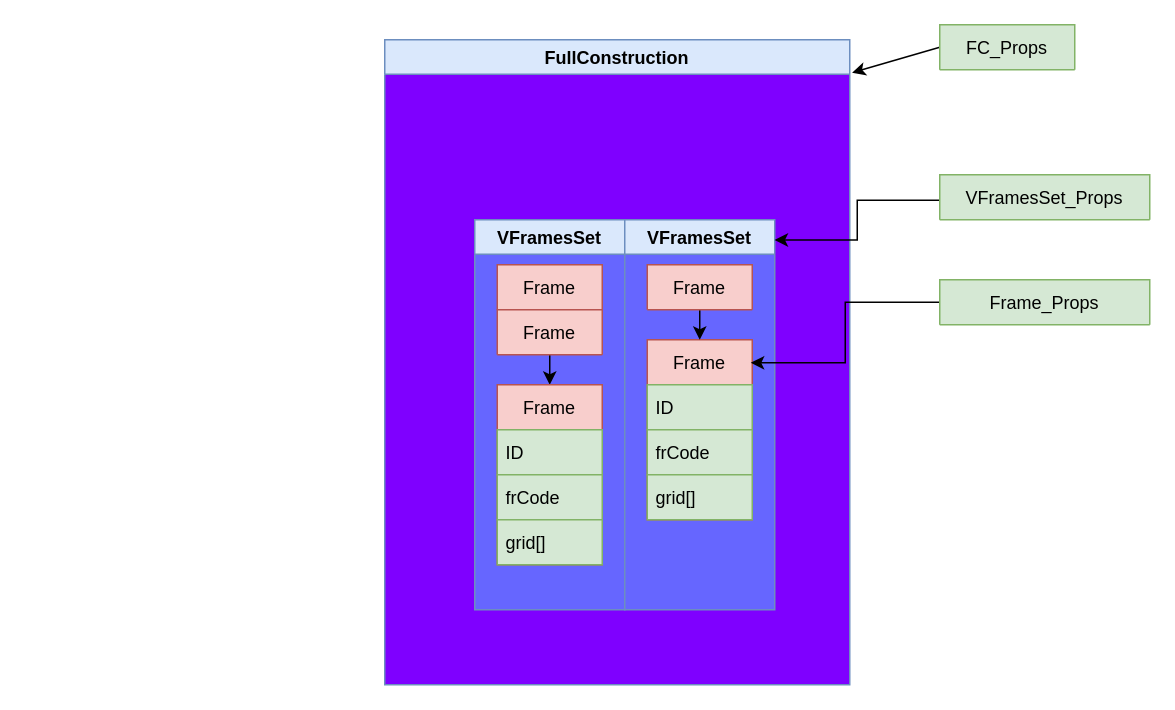
The draw.io diagram page "Страница 2" (2 of 2) of src/Models/TypesDiagramm.drawio in akuma-code/zcalc_react, before the edit. Source tidied: cells renumbered, new cells numbered last; positions are measured from the earlier drawing's top-left corner, leaving out a move shared by most shapes. Both pictures are drawn from the tidied source at 150%, with x=0, y=0 at pixel (384, 24).
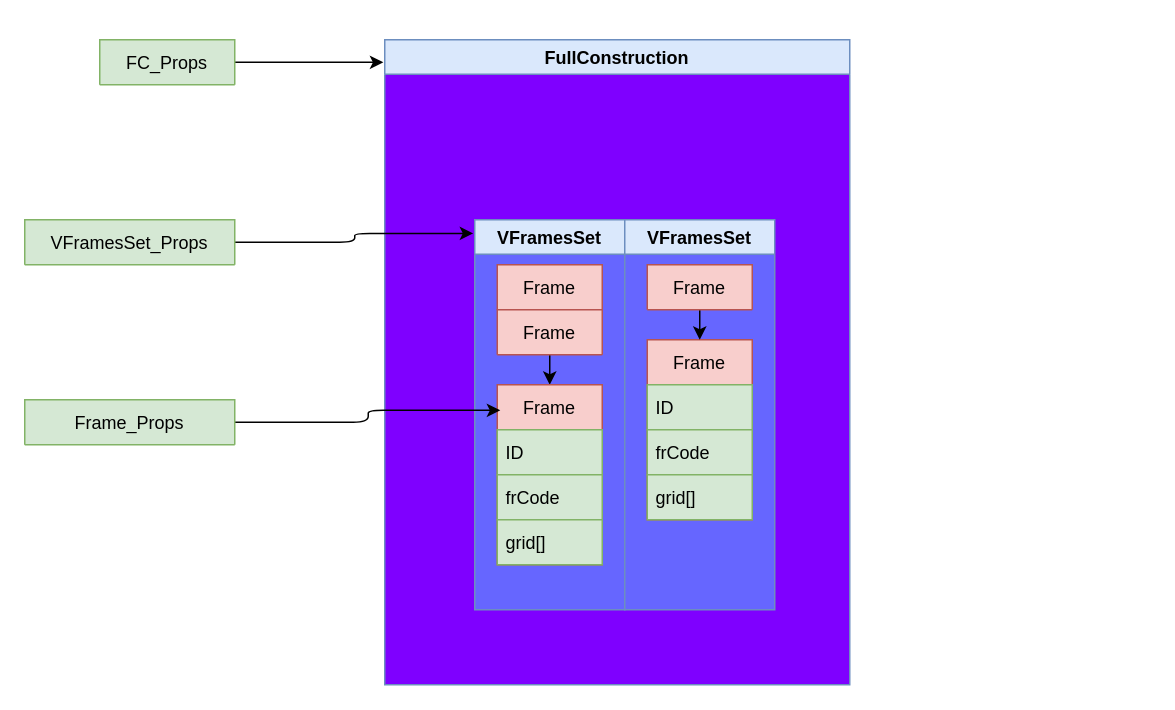
The same page after the edit.

The change refers to these unchanged cells:
```xml
<mxCell id="2" value="FullConstruction" style="swimlane;fillColor=#dae8fc;strokeColor=#6c8ebf;glass=0;swimlaneFillColor=#7F00FF;fontColor=#000000;" parent="1" vertex="1">
  <mxGeometry y="10" width="310" height="430" as="geometry" />
</mxCell>
<mxCell id="3" value="VFramesSet" style="swimlane;fillColor=#dae8fc;strokeColor=#6c8ebf;swimlaneFillColor=#6666FF;flipV=0;fontColor=#000000;" parent="2" vertex="1">
  <mxGeometry x="60" y="120" width="100" height="260" as="geometry" />
</mxCell>
<mxCell id="7" value="Frame" style="swimlane;fontStyle=0;horizontal=1;startSize=30;fillColor=#f8cecc;strokeColor=#b85450;fontColor=#000000;" parent="3" vertex="1">
  <mxGeometry x="15" y="110" width="70" height="120" as="geometry" />
</mxCell>
<mxCell id="11" value="VFramesSet" style="swimlane;fillColor=#dae8fc;strokeColor=#6c8ebf;swimlaneFillColor=#6666FF;fontColor=#000000;" parent="2" vertex="1">
  <mxGeometry x="160" y="120" width="100" height="260" as="geometry" />
</mxCell>
<mxCell id="12" value="Frame" style="swimlane;fontStyle=0;horizontal=1;startSize=30;fillColor=#f8cecc;strokeColor=#b85450;fontColor=#000000;" parent="11" vertex="1">
  <mxGeometry x="15" y="80" width="70" height="120" as="geometry" />
</mxCell>
```

Change to the diagram source:
```diff
@@
-    <mxCell id="18" style="rounded=0;jettySize=auto;html=1;exitX=0;exitY=0.5;exitDx=0;exitDy=0;entryX=1.005;entryY=0.051;entryDx=0;entryDy=0;entryPerimeter=0;strokeColor=#000000;" parent="1" edge="1" source="22" target="2">
+    <mxCell id="18" style="edgeStyle=elbowEdgeStyle;html=1;exitX=1;exitY=0.5;exitDx=0;exitDy=0;entryX=-0.003;entryY=0.035;entryDx=0;entryDy=0;entryPerimeter=0;labelBackgroundColor=#000000;fontColor=#000000;strokeColor=#000000;" parent="1" edge="1" source="22" target="2">
       <mxGeometry relative="1" as="geometry" />
     </mxCell>
-    <mxCell id="19" style="rounded=0;jettySize=auto;html=1;exitX=0;exitY=0.567;exitDx=0;exitDy=0;exitPerimeter=0;entryX=0.999;entryY=0.052;entryDx=0;entryDy=0;entryPerimeter=0;edgeStyle=elbowEdgeStyle;elbow=vertical;labelBackgroundColor=#000000;fontColor=#000000;strokeColor=#000000;" parent="1" edge="1" source="23" target="11">
-      <mxGeometry relative="1" as="geometry" />
-    </mxCell>
-    <mxCell id="20" style="rounded=0;jettySize=auto;html=1;entryX=0.986;entryY=0.128;entryDx=0;entryDy=0;exitX=0;exitY=0.5;exitDx=0;exitDy=0;entryPerimeter=0;edgeStyle=elbowEdgeStyle;fontColor=#000000;strokeColor=#000000;" parent="1" edge="1" source="24" target="12">
-      <mxGeometry relative="1" as="geometry" />
-    </mxCell>
+    <mxCell id="25" style="edgeStyle=elbowEdgeStyle;html=1;exitX=1;exitY=0.5;exitDx=0;exitDy=0;entryX=-0.01;entryY=0.035;entryDx=0;entryDy=0;entryPerimeter=0;labelBackgroundColor=#000000;fontColor=#000000;strokeColor=#000000;" parent="1" edge="1" source="23" target="3">
+      <mxGeometry relative="1" as="geometry" />
+    </mxCell>
+    <mxCell id="26" style="edgeStyle=elbowEdgeStyle;html=1;exitX=1;exitY=0.5;exitDx=0;exitDy=0;entryX=0.029;entryY=0.142;entryDx=0;entryDy=0;entryPerimeter=0;labelBackgroundColor=#000000;fontColor=#000000;strokeColor=#000000;" parent="1" edge="1" source="24" target="7">
+      <mxGeometry relative="1" as="geometry" />
+    </mxCell>
@@
     <mxCell id="22" value="FC_Props" style="swimlane;fontStyle=0;horizontal=1;startSize=30;glass=0;fillColor=#d5e8d4;strokeColor=#82b366;fontColor=#000000;" parent="21" vertex="1" collapsed="1">
-      <mxGeometry x="370" width="90" height="30" as="geometry" />
+      <mxGeometry x="-190" y="10" width="90" height="30" as="geometry" />
     </mxCell>
     <mxCell id="23" value="VFramesSet_Props" style="swimlane;fontStyle=0;horizontal=1;startSize=30;glass=0;fillColor=#d5e8d4;strokeColor=#82b366;fontColor=#000000;" parent="21" vertex="1" collapsed="1">
-      <mxGeometry x="370" y="100" width="140" height="30" as="geometry" />
+      <mxGeometry x="-240" y="130" width="140" height="30" as="geometry" />
     </mxCell>
     <mxCell id="24" value="Frame_Props" style="swimlane;fontStyle=0;horizontal=1;startSize=30;glass=0;fillColor=#d5e8d4;strokeColor=#82b366;fontColor=#000000;" parent="21" vertex="1" collapsed="1">
-      <mxGeometry x="370" y="170" width="140" height="30" as="geometry" />
+      <mxGeometry x="-240" y="250" width="140" height="30" as="geometry" />
     </mxCell>
```
